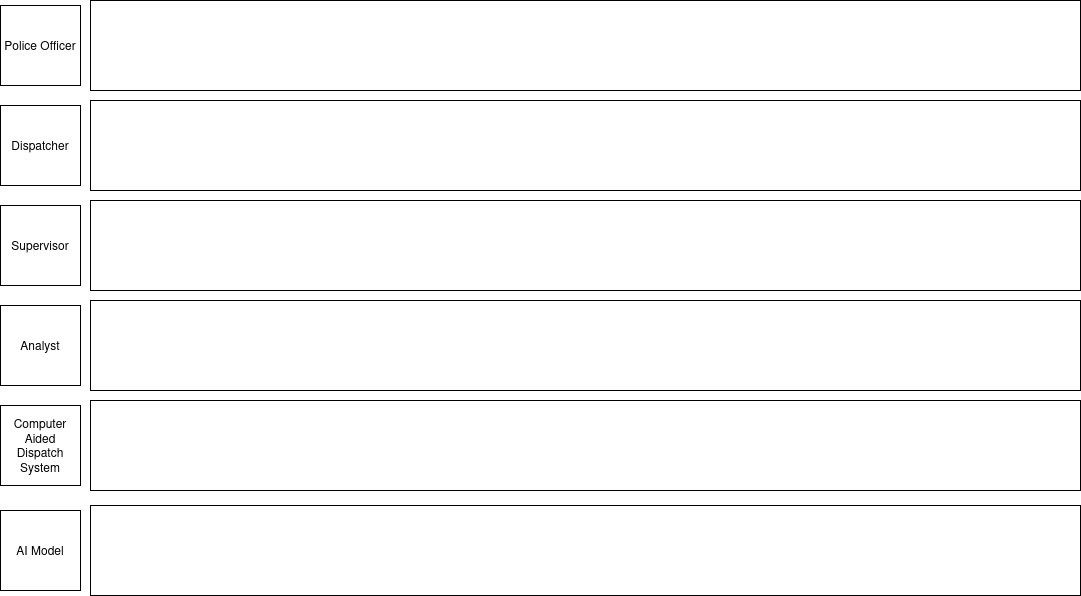
bama730/CS_3332 keeps this draw.io diagram as Week_5/Week5Diagram_Wright.png. Above is the earlier version. Source tidied: cells renumbered, new cells last; positions are measured from the earlier drawing's top-left corner, leaving out a move shared by most shapes.
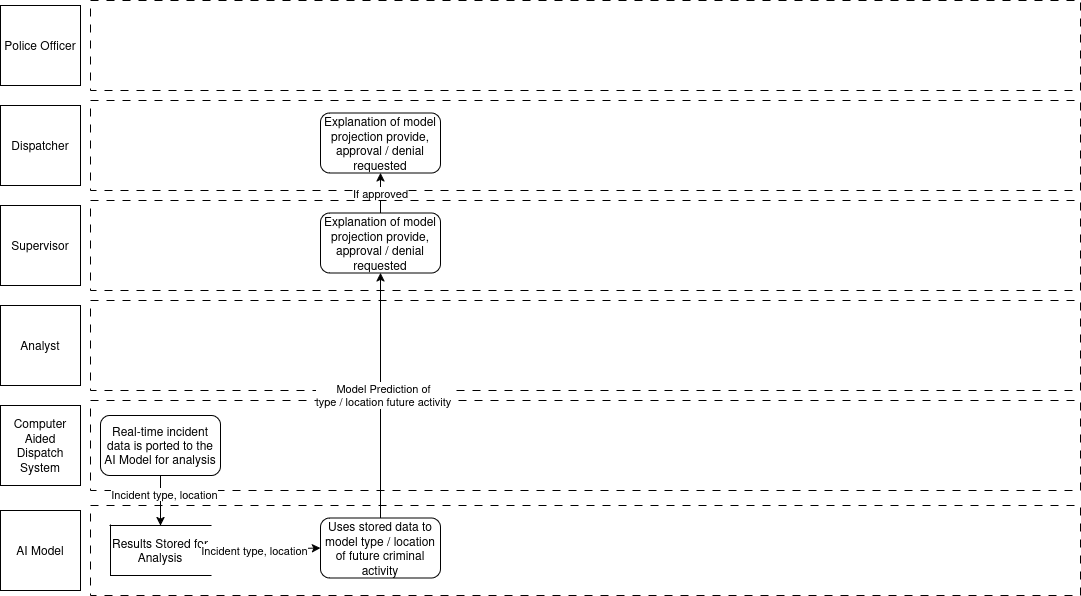
After the commit.

The edit, as a diff of the source:
```diff
@@ -2,41 +2,79 @@
   <root>
     <mxCell id="0" />
     <mxCell id="1" parent="0" />
-    <mxCell id="2" style="rounded=0;whiteSpace=wrap;html=1;" parent="1" vertex="1">
+    <mxCell id="2" style="rounded=0;whiteSpace=wrap;html=1;dashed=1;dashPattern=8 8;" parent="1" vertex="1">
       <mxGeometry x="90" width="990" height="90" as="geometry" />
     </mxCell>
     <mxCell id="3" value="Police Officer" style="whiteSpace=wrap;html=1;" parent="1" vertex="1">
       <mxGeometry y="5" width="80" height="80" as="geometry" />
     </mxCell>
-    <mxCell id="4" style="rounded=0;whiteSpace=wrap;html=1;" parent="1" vertex="1">
+    <mxCell id="4" style="rounded=0;whiteSpace=wrap;html=1;dashed=1;dashPattern=8 8;" parent="1" vertex="1">
       <mxGeometry x="90" y="100" width="990" height="90" as="geometry" />
     </mxCell>
     <mxCell id="5" value="Dispatcher" style="whiteSpace=wrap;html=1;" parent="1" vertex="1">
       <mxGeometry y="105" width="80" height="80" as="geometry" />
     </mxCell>
-    <mxCell id="6" style="rounded=0;whiteSpace=wrap;html=1;" parent="1" vertex="1">
+    <mxCell id="6" style="rounded=0;whiteSpace=wrap;html=1;dashed=1;dashPattern=8 8;" parent="1" vertex="1">
       <mxGeometry x="90" y="200" width="990" height="90" as="geometry" />
     </mxCell>
     <mxCell id="7" value="Supervisor" style="whiteSpace=wrap;html=1;" parent="1" vertex="1">
       <mxGeometry y="205" width="80" height="80" as="geometry" />
     </mxCell>
-    <mxCell id="8" style="rounded=0;whiteSpace=wrap;html=1;" parent="1" vertex="1">
+    <mxCell id="8" style="rounded=0;whiteSpace=wrap;html=1;dashed=1;dashPattern=8 8;" parent="1" vertex="1">
       <mxGeometry x="90" y="300" width="990" height="90" as="geometry" />
     </mxCell>
     <mxCell id="9" value="Analyst" style="whiteSpace=wrap;html=1;" parent="1" vertex="1">
       <mxGeometry y="305" width="80" height="80" as="geometry" />
     </mxCell>
-    <mxCell id="10" style="rounded=0;whiteSpace=wrap;html=1;" parent="1" vertex="1">
+    <mxCell id="10" style="rounded=0;whiteSpace=wrap;html=1;dashed=1;dashPattern=8 8;" parent="1" vertex="1">
       <mxGeometry x="90" y="400" width="990" height="90" as="geometry" />
     </mxCell>
     <mxCell id="11" value="Computer Aided Dispatch System" style="whiteSpace=wrap;html=1;" parent="1" vertex="1">
       <mxGeometry y="405" width="80" height="80" as="geometry" />
     </mxCell>
-    <mxCell id="12" style="rounded=0;whiteSpace=wrap;html=1;" parent="1" vertex="1">
+    <mxCell id="12" style="rounded=0;whiteSpace=wrap;html=1;dashed=1;dashPattern=8 8;" parent="1" vertex="1">
       <mxGeometry x="90" y="505" width="990" height="90" as="geometry" />
     </mxCell>
     <mxCell id="13" value="AI Model" style="whiteSpace=wrap;html=1;" parent="1" vertex="1">
       <mxGeometry y="510" width="80" height="80" as="geometry" />
     </mxCell>
+    <mxCell id="14" value="Results Stored for Analysis" style="html=1;dashed=0;whiteSpace=wrap;shape=partialRectangle;right=0;" parent="1" vertex="1">
+      <mxGeometry x="110" y="525" width="100" height="50" as="geometry" />
+    </mxCell>
+    <mxCell id="15" value="Real-time incident data is ported to the AI Model for analysis" style="rounded=1;whiteSpace=wrap;html=1;" parent="1" vertex="1">
+      <mxGeometry x="100" y="415" width="120" height="60" as="geometry" />
+    </mxCell>
+    <mxCell id="16" style="endArrow=classic;html=1;rounded=0;exitX=0.5;exitY=1;exitDx=0;exitDy=0;" parent="1" edge="1" source="15" target="14">
+      <mxGeometry relative="1" as="geometry" />
+    </mxCell>
+    <mxCell id="17" value="Incident type, location" style="edgeLabel;html=1;align=center;verticalAlign=middle;" parent="16" vertex="1">
+      <mxGeometry x="-0.28" y="3" relative="1" as="geometry" />
+    </mxCell>
+    <mxCell id="18" style="endArrow=classic;html=1;rounded=0;exitX=1;exitY=0.5;exitDx=0;exitDy=0;entryX=0;entryY=0.5;entryDx=0;entryDy=0;" parent="1" edge="1" source="14" target="20">
+      <mxGeometry relative="1" as="geometry" />
+    </mxCell>
+    <mxCell id="19" value="Incident type, location" style="edgeLabel;html=1;align=center;verticalAlign=middle;" parent="18" vertex="1">
+      <mxGeometry x="-0.2" relative="1" as="geometry" />
+    </mxCell>
+    <mxCell id="20" value="Uses stored data to model type / location of future criminal activity" style="rounded=1;whiteSpace=wrap;html=1;" parent="1" vertex="1">
+      <mxGeometry x="320" y="517.5" width="120" height="60" as="geometry" />
+    </mxCell>
+    <mxCell id="21" value="Explanation of model projection provide, approval / denial requested " style="rounded=1;whiteSpace=wrap;html=1;" parent="1" vertex="1">
+      <mxGeometry x="320" y="212.5" width="120" height="60" as="geometry" />
+    </mxCell>
+    <mxCell id="22" style="endArrow=classic;html=1;rounded=0;exitX=0.5;exitY=0;exitDx=0;exitDy=0;entryX=0.5;entryY=1;entryDx=0;entryDy=0;" parent="1" edge="1" source="20" target="21">
+      <mxGeometry relative="1" as="geometry" />
+    </mxCell>
+    <mxCell id="23" value="&lt;div&gt;Model Prediction of&lt;/div&gt;&lt;div&gt;type / location future activity&lt;br&gt;&lt;/div&gt;" style="edgeLabel;html=1;align=center;verticalAlign=middle;" parent="22" vertex="1">
+      <mxGeometry x="0.01" y="-2" relative="1" as="geometry">
+        <mxPoint y="1" as="offset" />
+      </mxGeometry>
+    </mxCell>
+    <mxCell id="24" value="Explanation of model projection provide, approval / denial requested " style="rounded=1;whiteSpace=wrap;html=1;" parent="1" vertex="1">
+      <mxGeometry x="320" y="112.5" width="120" height="60" as="geometry" />
+    </mxCell>
+    <mxCell id="25" value="If approved" style="endArrow=classic;html=1;rounded=0;exitX=0.5;exitY=0;exitDx=0;exitDy=0;entryX=0.5;entryY=1;entryDx=0;entryDy=0;" parent="1" edge="1" source="21" target="24">
+      <mxGeometry relative="1" as="geometry" />
+    </mxCell>
   </root>
 </mxGraphModel>
```
